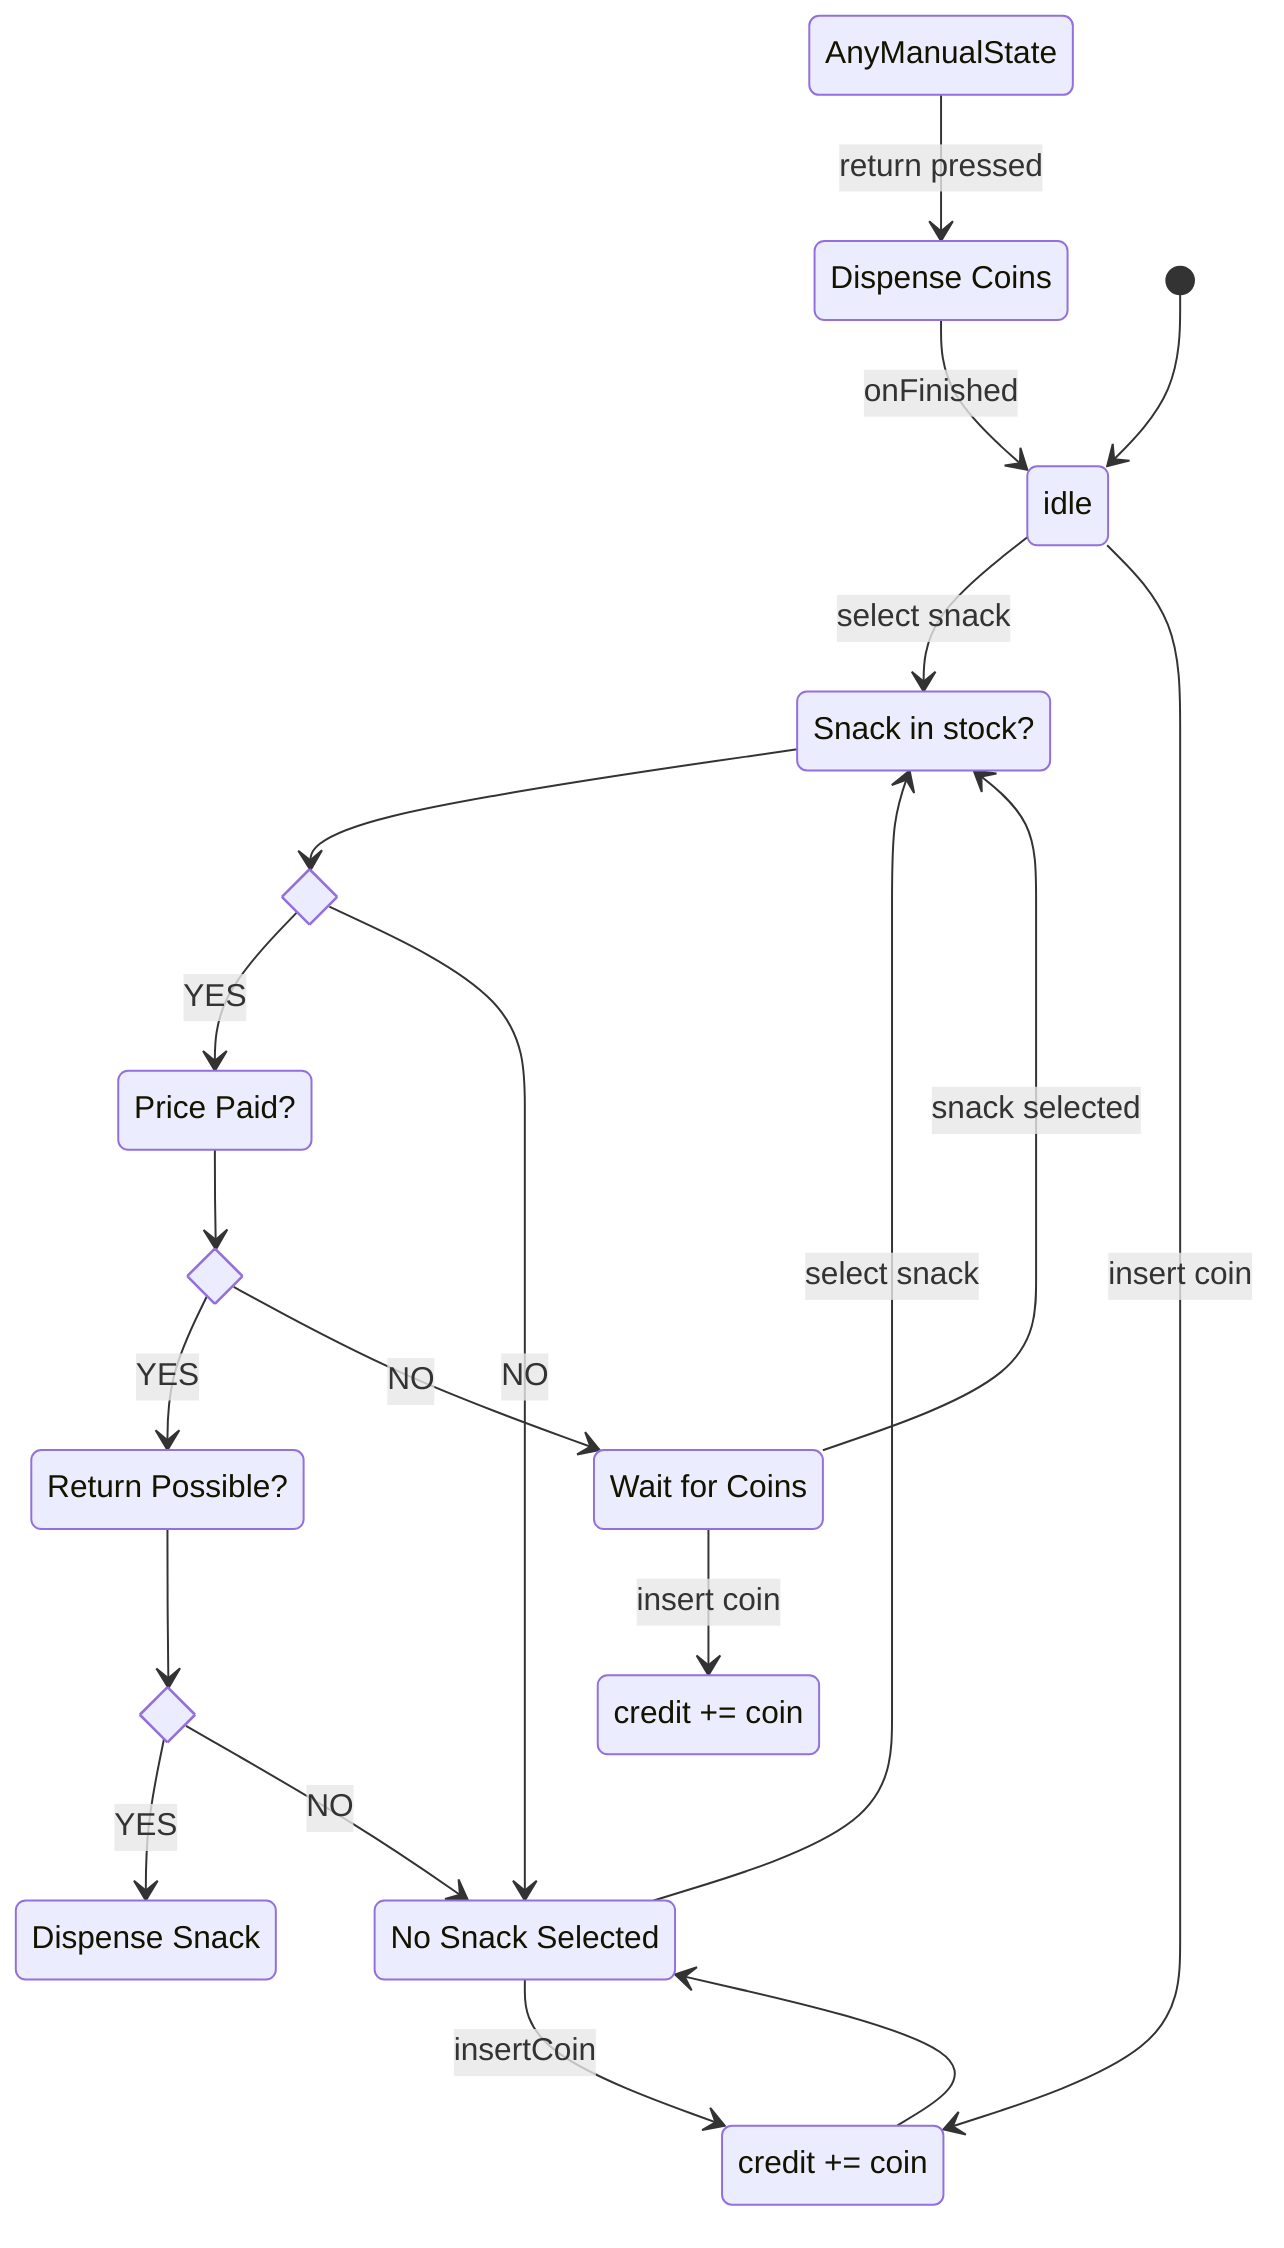
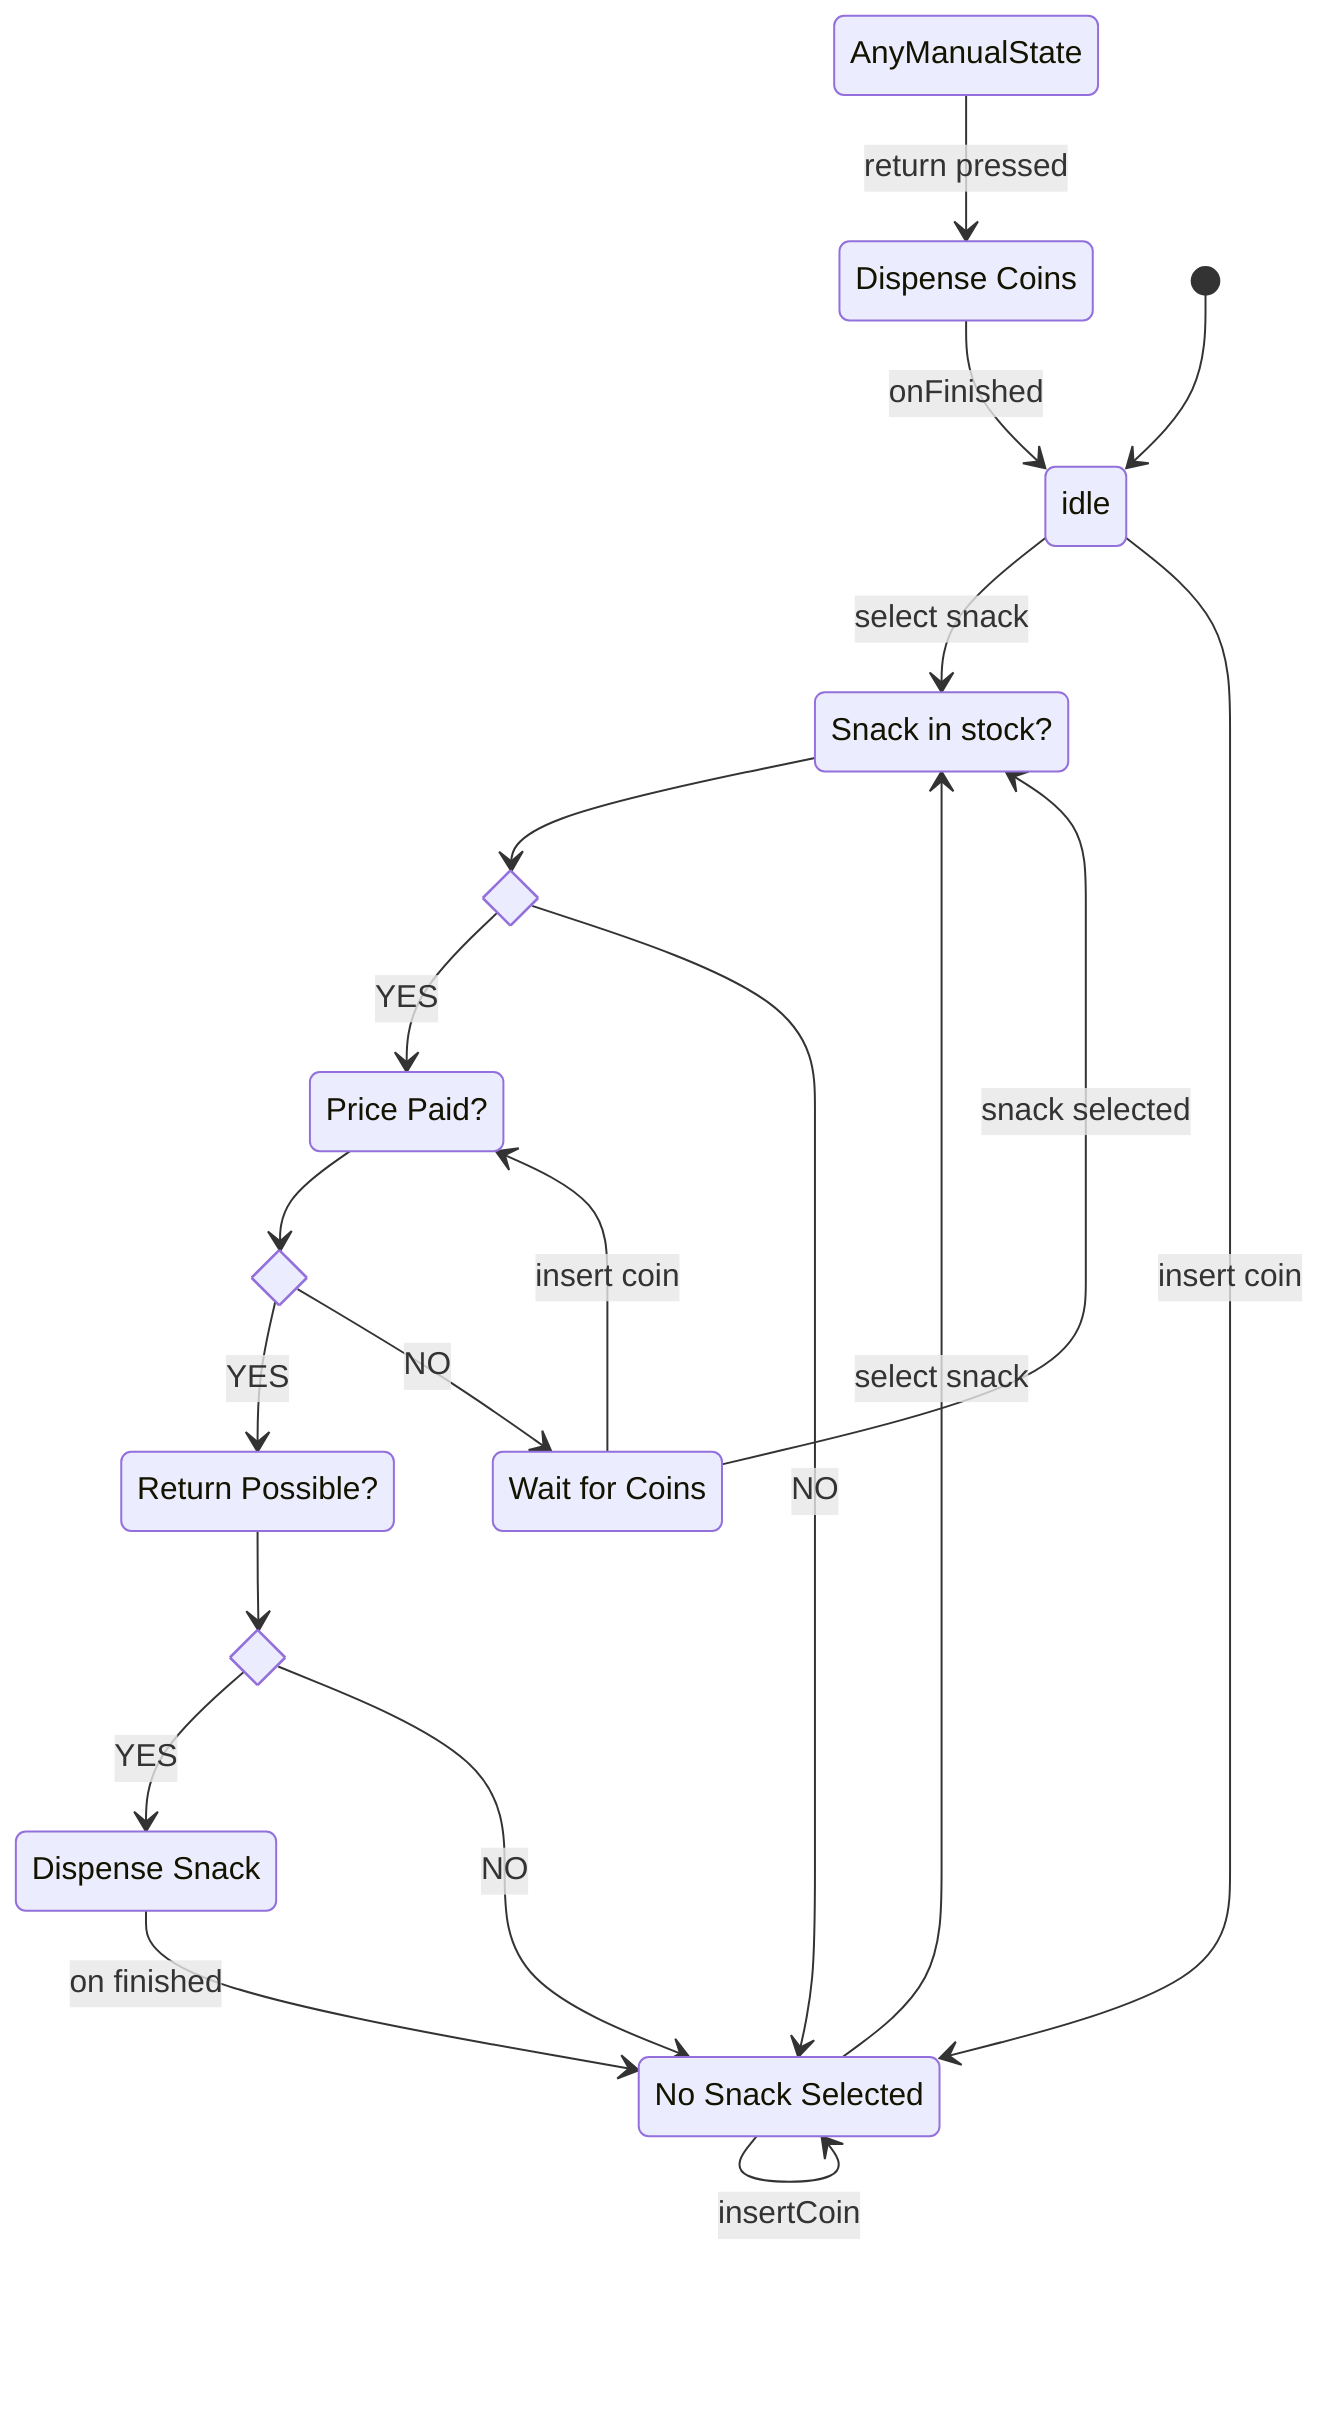
stateDiagram-v2
    idle
+     waitCoins: Wait for Coins
    noSnack: No Snack Selected
-     waitCoins: Wait for Coins

-     InsCoin0: credit += coin
-     InsCoin1: credit += coin
    dispCoins: Dispense Coins
    dispSnack: Dispense Snack

    dPrice: Price Paid?
    dSnack: Snack in stock?
    dReturn: Return Possible?
    state snack_av <<choice>>
    dSnack --> snack_av
    state price_paid <<choice>>
    dPrice --> price_paid
    state return_possible <<choice>>
    dReturn --> return_possible

    [*]-->idle
    AnyManualState --> dispCoins : return pressed
    dispCoins --> idle : onFinished
    idle --> dSnack : select snack
-     idle --> InsCoin0: insert coin
+     idle --> noSnack: insert coin

-     InsCoin0 --> noSnack

-     noSnack --> InsCoin0: insertCoin
+     noSnack --> noSnack: insertCoin
    noSnack --> dSnack: select snack

    snack_av --> dPrice : YES
    snack_av --> noSnack : NO

+ 
    price_paid --> dReturn: YES
    price_paid --> waitCoins: NO


-     waitCoins --> InsCoin1 : insert coin
+     waitCoins --> dPrice: insert coin
    waitCoins --> dSnack: snack selected

    return_possible --> dispSnack: YES
    return_possible --> noSnack: NO

+     dispSnack --> noSnack: on finished
+ 
